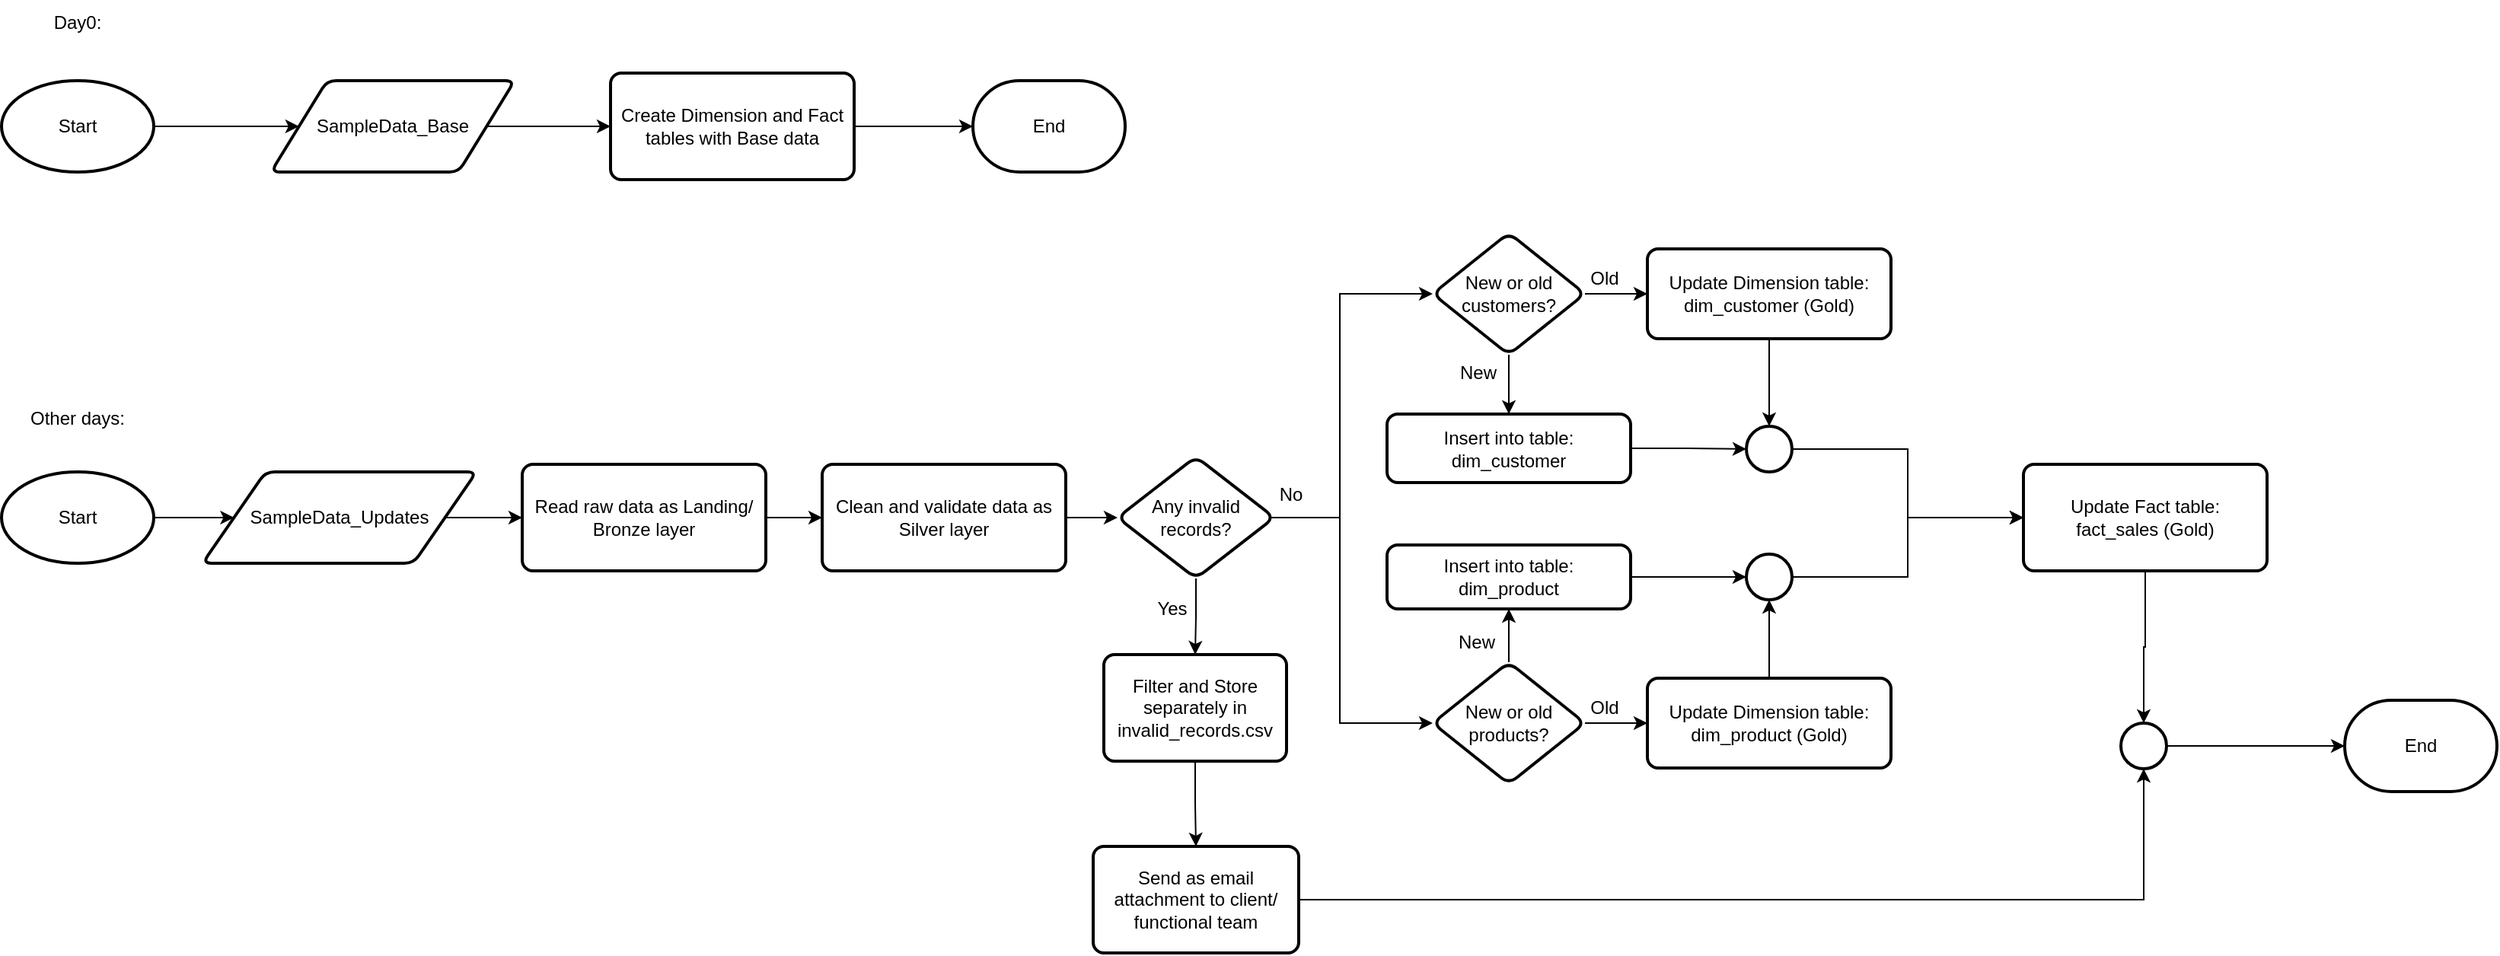
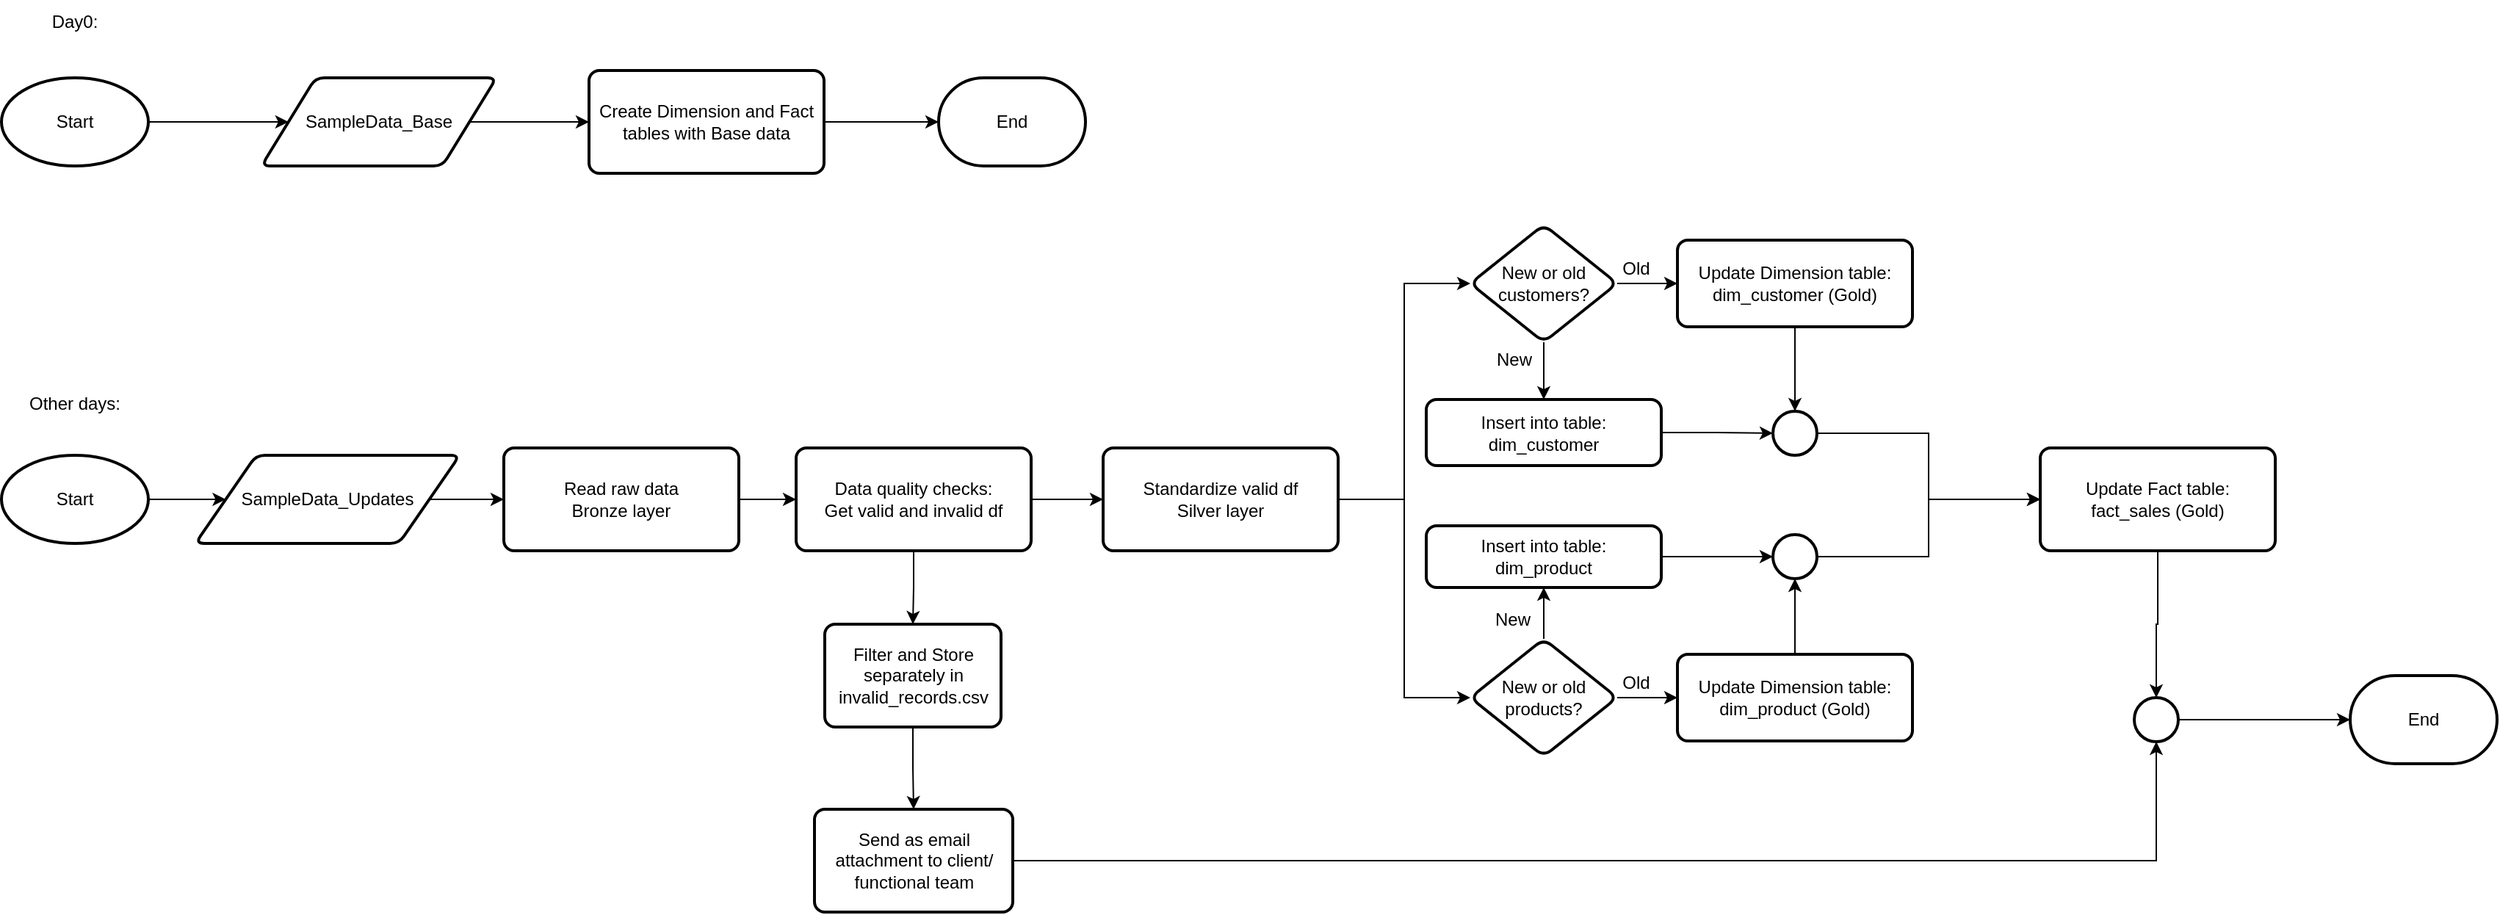
<mxfile host="app.diagrams.net">
  <diagram name="Page-1" id="XyXMNknhBli-ucCEll17">
-     <mxGraphModel dx="2767" dy="1002" grid="1" gridSize="10" guides="1" tooltips="1" connect="1" arrows="1" fold="1" page="1" pageScale="1" pageWidth="850" pageHeight="1100" math="0" shadow="0">
+     <mxGraphModel dx="1915" dy="694" grid="1" gridSize="10" guides="1" tooltips="1" connect="1" arrows="1" fold="1" page="1" pageScale="1" pageWidth="850" pageHeight="1100" math="0" shadow="0">
      <root>
        <mxCell id="0" />
        <mxCell id="1" parent="0" />
        <mxCell id="djINmQvKlsEstA_FXRGu-1" edge="1" parent="1" source="djINmQvKlsEstA_FXRGu-2" style="edgeStyle=orthogonalEdgeStyle;rounded=0;orthogonalLoop=1;jettySize=auto;html=1;entryX=0;entryY=0.5;entryDx=0;entryDy=0;" target="djINmQvKlsEstA_FXRGu-4">
          <mxGeometry relative="1" as="geometry" />
        </mxCell>
        <mxCell id="djINmQvKlsEstA_FXRGu-2" parent="1" style="strokeWidth=2;html=1;shape=mxgraph.flowchart.start_1;whiteSpace=wrap;" value="Start" vertex="1">
          <mxGeometry height="60" width="100" x="40" y="83" as="geometry" />
        </mxCell>
        <mxCell id="djINmQvKlsEstA_FXRGu-3" edge="1" parent="1" source="djINmQvKlsEstA_FXRGu-4" style="edgeStyle=orthogonalEdgeStyle;rounded=0;orthogonalLoop=1;jettySize=auto;html=1;entryX=0;entryY=0.5;entryDx=0;entryDy=0;" target="djINmQvKlsEstA_FXRGu-5">
          <mxGeometry relative="1" as="geometry" />
        </mxCell>
        <mxCell id="djINmQvKlsEstA_FXRGu-4" parent="1" style="shape=parallelogram;html=1;strokeWidth=2;perimeter=parallelogramPerimeter;whiteSpace=wrap;rounded=1;arcSize=12;size=0.23;" value="SampleData_Base" vertex="1">
          <mxGeometry height="60" width="160" x="217" y="83" as="geometry" />
        </mxCell>
        <mxCell id="djINmQvKlsEstA_FXRGu-5" parent="1" style="rounded=1;whiteSpace=wrap;html=1;absoluteArcSize=1;arcSize=14;strokeWidth=2;" value="Create Dimension and Fact tables with Base data" vertex="1">
          <mxGeometry height="70" width="160" x="440" y="78" as="geometry" />
        </mxCell>
        <mxCell id="djINmQvKlsEstA_FXRGu-6" edge="1" parent="1" source="djINmQvKlsEstA_FXRGu-7" style="edgeStyle=orthogonalEdgeStyle;rounded=0;orthogonalLoop=1;jettySize=auto;html=1;entryX=0;entryY=0.5;entryDx=0;entryDy=0;" target="djINmQvKlsEstA_FXRGu-9">
          <mxGeometry relative="1" as="geometry" />
        </mxCell>
        <mxCell id="djINmQvKlsEstA_FXRGu-7" parent="1" style="strokeWidth=2;html=1;shape=mxgraph.flowchart.start_1;whiteSpace=wrap;" value="Start" vertex="1">
          <mxGeometry height="60" width="100" x="40" y="340" as="geometry" />
        </mxCell>
        <mxCell id="djINmQvKlsEstA_FXRGu-8" edge="1" parent="1" source="djINmQvKlsEstA_FXRGu-9" style="edgeStyle=orthogonalEdgeStyle;rounded=0;orthogonalLoop=1;jettySize=auto;html=1;exitX=1;exitY=0.5;exitDx=0;exitDy=0;entryX=0;entryY=0.5;entryDx=0;entryDy=0;" target="djINmQvKlsEstA_FXRGu-54">
          <mxGeometry relative="1" as="geometry" />
        </mxCell>
        <mxCell id="djINmQvKlsEstA_FXRGu-9" parent="1" style="shape=parallelogram;html=1;strokeWidth=2;perimeter=parallelogramPerimeter;whiteSpace=wrap;rounded=1;arcSize=12;size=0.23;" value="SampleData_Updates" vertex="1">
          <mxGeometry height="60" width="180" x="172" y="340" as="geometry" />
        </mxCell>
        <mxCell id="djINmQvKlsEstA_FXRGu-10" edge="1" parent="1" source="djINmQvKlsEstA_FXRGu-11" style="edgeStyle=orthogonalEdgeStyle;rounded=0;orthogonalLoop=1;jettySize=auto;html=1;entryX=0.5;entryY=0;entryDx=0;entryDy=0;" target="djINmQvKlsEstA_FXRGu-43">
          <mxGeometry relative="1" as="geometry" />
        </mxCell>
        <mxCell id="djINmQvKlsEstA_FXRGu-11" parent="1" style="rounded=1;whiteSpace=wrap;html=1;absoluteArcSize=1;arcSize=14;strokeWidth=2;" value="Update Dimension table:&lt;div&gt;dim_customer (Gold)&lt;/div&gt;" vertex="1">
-           <mxGeometry height="59" width="160" x="1121" y="193.5" as="geometry" />
+           <mxGeometry height="59" width="160" x="1181" y="193.5" as="geometry" />
        </mxCell>
        <mxCell id="djINmQvKlsEstA_FXRGu-12" edge="1" parent="1" source="djINmQvKlsEstA_FXRGu-13" style="edgeStyle=orthogonalEdgeStyle;rounded=0;orthogonalLoop=1;jettySize=auto;html=1;" target="djINmQvKlsEstA_FXRGu-51" value="">
          <mxGeometry relative="1" as="geometry" />
        </mxCell>
        <mxCell id="djINmQvKlsEstA_FXRGu-13" parent="1" style="rounded=1;whiteSpace=wrap;html=1;absoluteArcSize=1;arcSize=14;strokeWidth=2;" value="Update Fact table:&lt;br&gt;fact_sales (Gold)" vertex="1">
-           <mxGeometry height="70" width="160" x="1368" y="335" as="geometry" />
+           <mxGeometry height="70" width="160" x="1428" y="335" as="geometry" />
        </mxCell>
        <mxCell id="djINmQvKlsEstA_FXRGu-14" edge="1" parent="1" source="djINmQvKlsEstA_FXRGu-15" style="edgeStyle=orthogonalEdgeStyle;rounded=0;orthogonalLoop=1;jettySize=auto;html=1;" target="djINmQvKlsEstA_FXRGu-45" value="">
          <mxGeometry relative="1" as="geometry" />
        </mxCell>
        <mxCell id="djINmQvKlsEstA_FXRGu-15" parent="1" style="rounded=1;whiteSpace=wrap;html=1;absoluteArcSize=1;arcSize=14;strokeWidth=2;" value="Insert into&amp;nbsp;table:&lt;div&gt;dim_product&lt;/div&gt;" vertex="1">
-           <mxGeometry height="42" width="160" x="950" y="388" as="geometry" />
+           <mxGeometry height="42" width="160" x="1010" y="388" as="geometry" />
        </mxCell>
-         <mxCell id="djINmQvKlsEstA_FXRGu-16" edge="1" parent="1" source="djINmQvKlsEstA_FXRGu-17" style="edgeStyle=orthogonalEdgeStyle;rounded=0;orthogonalLoop=1;jettySize=auto;html=1;" target="djINmQvKlsEstA_FXRGu-21" value="">
+         <mxCell id="uDq6TOMzTRAROzDK8b4S-3" edge="1" parent="1" source="djINmQvKlsEstA_FXRGu-17" style="edgeStyle=orthogonalEdgeStyle;rounded=0;orthogonalLoop=1;jettySize=auto;html=1;entryX=0;entryY=0.5;entryDx=0;entryDy=0;" target="djINmQvKlsEstA_FXRGu-37">
          <mxGeometry relative="1" as="geometry" />
        </mxCell>
-         <mxCell id="djINmQvKlsEstA_FXRGu-17" parent="1" style="rounded=1;whiteSpace=wrap;html=1;absoluteArcSize=1;arcSize=14;strokeWidth=2;" value="Clean and validate data as Silver layer" vertex="1">
-           <mxGeometry height="70" width="160" x="579" y="335" as="geometry" />
-         </mxCell>
-         <mxCell id="djINmQvKlsEstA_FXRGu-18" edge="1" parent="1" source="djINmQvKlsEstA_FXRGu-21" style="edgeStyle=orthogonalEdgeStyle;rounded=0;orthogonalLoop=1;jettySize=auto;html=1;" target="djINmQvKlsEstA_FXRGu-23" value="">
+         <mxCell id="uDq6TOMzTRAROzDK8b4S-4" edge="1" parent="1" source="djINmQvKlsEstA_FXRGu-17" style="edgeStyle=orthogonalEdgeStyle;rounded=0;orthogonalLoop=1;jettySize=auto;html=1;entryX=0;entryY=0.5;entryDx=0;entryDy=0;" target="djINmQvKlsEstA_FXRGu-34">
          <mxGeometry relative="1" as="geometry" />
        </mxCell>
-         <mxCell id="djINmQvKlsEstA_FXRGu-19" edge="1" parent="1" style="edgeStyle=orthogonalEdgeStyle;rounded=0;orthogonalLoop=1;jettySize=auto;html=1;" target="djINmQvKlsEstA_FXRGu-34" value="">
+         <mxCell id="djINmQvKlsEstA_FXRGu-17" parent="1" style="rounded=1;whiteSpace=wrap;html=1;absoluteArcSize=1;arcSize=14;strokeWidth=2;" value="Standardize valid df&lt;div&gt;Silver layer&lt;/div&gt;" vertex="1">
+           <mxGeometry height="70" width="160" x="790" y="335" as="geometry" />
+         </mxCell>
+         <mxCell id="djINmQvKlsEstA_FXRGu-18" edge="1" parent="1" source="uDq6TOMzTRAROzDK8b4S-5" style="edgeStyle=orthogonalEdgeStyle;rounded=0;orthogonalLoop=1;jettySize=auto;html=1;exitX=0.5;exitY=1;exitDx=0;exitDy=0;" target="djINmQvKlsEstA_FXRGu-23" value="">
          <mxGeometry relative="1" as="geometry">
-             <Array as="points">
-               <mxPoint x="919" y="370" />
-               <mxPoint x="919" y="505" />
-             </Array>
-             <mxPoint x="870" y="370" as="sourcePoint" />
+             <mxPoint x="661" y="405" as="sourcePoint" />
          </mxGeometry>
-         </mxCell>
-         <mxCell id="djINmQvKlsEstA_FXRGu-20" edge="1" parent="1" style="edgeStyle=orthogonalEdgeStyle;rounded=0;orthogonalLoop=1;jettySize=auto;html=1;" target="djINmQvKlsEstA_FXRGu-37">
-           <mxGeometry relative="1" as="geometry">
-             <Array as="points">
-               <mxPoint x="919" y="370" />
-               <mxPoint x="919" y="223" />
-             </Array>
-             <mxPoint x="870" y="370" as="sourcePoint" />
-           </mxGeometry>
-         </mxCell>
-         <mxCell id="djINmQvKlsEstA_FXRGu-21" parent="1" style="rhombus;whiteSpace=wrap;html=1;rounded=1;absoluteArcSize=1;arcSize=14;strokeWidth=2;" value="Any invalid records?" vertex="1">
-           <mxGeometry height="80" width="103" x="773" y="330" as="geometry" />
        </mxCell>
        <mxCell id="djINmQvKlsEstA_FXRGu-22" edge="1" parent="1" source="djINmQvKlsEstA_FXRGu-23" style="edgeStyle=orthogonalEdgeStyle;rounded=0;orthogonalLoop=1;jettySize=auto;html=1;" target="djINmQvKlsEstA_FXRGu-50" value="">
          <mxGeometry relative="1" as="geometry" />
        </mxCell>
        <mxCell id="djINmQvKlsEstA_FXRGu-23" parent="1" style="whiteSpace=wrap;html=1;rounded=1;absoluteArcSize=1;arcSize=14;strokeWidth=2;" value="Filter and Store separately in invalid_records.csv" vertex="1">
-           <mxGeometry height="70" width="120" x="764" y="460" as="geometry" />
-         </mxCell>
-         <mxCell id="djINmQvKlsEstA_FXRGu-24" parent="1" style="text;html=1;whiteSpace=wrap;strokeColor=none;fillColor=none;align=center;verticalAlign=middle;rounded=0;" value="No" vertex="1">
-           <mxGeometry height="30" width="60" x="857" y="340" as="geometry" />
-         </mxCell>
-         <mxCell id="djINmQvKlsEstA_FXRGu-25" parent="1" style="text;html=1;whiteSpace=wrap;strokeColor=none;fillColor=none;align=center;verticalAlign=middle;rounded=0;" value="Yes" vertex="1">
-           <mxGeometry height="30" width="60" x="779" y="415" as="geometry" />
+           <mxGeometry height="70" width="120" x="600.5" y="455" as="geometry" />
        </mxCell>
        <mxCell id="djINmQvKlsEstA_FXRGu-26" parent="1" style="text;html=1;whiteSpace=wrap;strokeColor=none;fillColor=none;align=center;verticalAlign=middle;rounded=0;" value="Day0:" vertex="1">
          <mxGeometry height="30" width="60" x="60" y="30" as="geometry" />
        </mxCell>
        <mxCell id="djINmQvKlsEstA_FXRGu-27" parent="1" style="text;html=1;whiteSpace=wrap;strokeColor=none;fillColor=none;align=center;verticalAlign=middle;rounded=0;" value="Other days:" vertex="1">
          <mxGeometry height="30" width="70" x="55" y="290" as="geometry" />
        </mxCell>
        <mxCell id="djINmQvKlsEstA_FXRGu-28" edge="1" parent="1" source="djINmQvKlsEstA_FXRGu-29" style="edgeStyle=orthogonalEdgeStyle;rounded=0;orthogonalLoop=1;jettySize=auto;html=1;" target="djINmQvKlsEstA_FXRGu-43" value="">
          <mxGeometry relative="1" as="geometry" />
        </mxCell>
        <mxCell id="djINmQvKlsEstA_FXRGu-29" parent="1" style="rounded=1;whiteSpace=wrap;html=1;absoluteArcSize=1;arcSize=14;strokeWidth=2;" value="Insert into table:&lt;div&gt;dim_customer&lt;/div&gt;" vertex="1">
-           <mxGeometry height="45" width="160" x="950" y="302" as="geometry" />
+           <mxGeometry height="45" width="160" x="1010" y="302" as="geometry" />
        </mxCell>
        <mxCell id="djINmQvKlsEstA_FXRGu-30" edge="1" parent="1" source="djINmQvKlsEstA_FXRGu-31" style="edgeStyle=orthogonalEdgeStyle;rounded=0;orthogonalLoop=1;jettySize=auto;html=1;exitX=0.5;exitY=0;exitDx=0;exitDy=0;entryX=0.5;entryY=1;entryDx=0;entryDy=0;" target="djINmQvKlsEstA_FXRGu-45">
          <mxGeometry relative="1" as="geometry" />
        </mxCell>
        <mxCell id="djINmQvKlsEstA_FXRGu-31" parent="1" style="rounded=1;whiteSpace=wrap;html=1;absoluteArcSize=1;arcSize=14;strokeWidth=2;" value="Update Dimension table:&lt;div&gt;dim_product&lt;span style=&quot;background-color: transparent; color: light-dark(rgb(0, 0, 0), rgb(255, 255, 255));&quot;&gt; &lt;/span&gt;&lt;span style=&quot;background-color: transparent; color: light-dark(rgb(0, 0, 0), rgb(255, 255, 255));&quot;&gt;(Gold)&lt;/span&gt;&lt;/div&gt;" vertex="1">
-           <mxGeometry height="59" width="160" x="1121" y="475.5" as="geometry" />
+           <mxGeometry height="59" width="160" x="1181" y="475.5" as="geometry" />
        </mxCell>
        <mxCell id="djINmQvKlsEstA_FXRGu-32" edge="1" parent="1" source="djINmQvKlsEstA_FXRGu-34" style="edgeStyle=orthogonalEdgeStyle;rounded=0;orthogonalLoop=1;jettySize=auto;html=1;exitX=1;exitY=0.5;exitDx=0;exitDy=0;entryX=0;entryY=0.5;entryDx=0;entryDy=0;" target="djINmQvKlsEstA_FXRGu-31">
          <mxGeometry relative="1" as="geometry" />
        </mxCell>
        <mxCell id="djINmQvKlsEstA_FXRGu-33" edge="1" parent="1" source="djINmQvKlsEstA_FXRGu-34" style="edgeStyle=orthogonalEdgeStyle;rounded=0;orthogonalLoop=1;jettySize=auto;html=1;exitX=0.5;exitY=0;exitDx=0;exitDy=0;entryX=0.5;entryY=1;entryDx=0;entryDy=0;" target="djINmQvKlsEstA_FXRGu-15">
          <mxGeometry relative="1" as="geometry" />
        </mxCell>
        <mxCell id="djINmQvKlsEstA_FXRGu-34" parent="1" style="rhombus;whiteSpace=wrap;html=1;rounded=1;absoluteArcSize=1;arcSize=14;strokeWidth=2;" value="New or old products?" vertex="1">
-           <mxGeometry height="80" width="100" x="980" y="465" as="geometry" />
+           <mxGeometry height="80" width="100" x="1040" y="465" as="geometry" />
        </mxCell>
        <mxCell id="djINmQvKlsEstA_FXRGu-35" edge="1" parent="1" source="djINmQvKlsEstA_FXRGu-37" style="edgeStyle=orthogonalEdgeStyle;rounded=0;orthogonalLoop=1;jettySize=auto;html=1;exitX=1;exitY=0.5;exitDx=0;exitDy=0;entryX=0;entryY=0.5;entryDx=0;entryDy=0;" target="djINmQvKlsEstA_FXRGu-11">
          <mxGeometry relative="1" as="geometry" />
        </mxCell>
        <mxCell id="djINmQvKlsEstA_FXRGu-36" edge="1" parent="1" source="djINmQvKlsEstA_FXRGu-37" style="edgeStyle=orthogonalEdgeStyle;rounded=0;orthogonalLoop=1;jettySize=auto;html=1;exitX=0.5;exitY=1;exitDx=0;exitDy=0;entryX=0.5;entryY=0;entryDx=0;entryDy=0;" target="djINmQvKlsEstA_FXRGu-29">
          <mxGeometry relative="1" as="geometry" />
        </mxCell>
        <mxCell id="djINmQvKlsEstA_FXRGu-37" parent="1" style="rhombus;whiteSpace=wrap;html=1;rounded=1;absoluteArcSize=1;arcSize=14;strokeWidth=2;" value="New or old customers?" vertex="1">
-           <mxGeometry height="80" width="100" x="980" y="183" as="geometry" />
+           <mxGeometry height="80" width="100" x="1040" y="183" as="geometry" />
        </mxCell>
        <mxCell id="djINmQvKlsEstA_FXRGu-38" parent="1" style="text;html=1;whiteSpace=wrap;strokeColor=none;fillColor=none;align=center;verticalAlign=middle;rounded=0;" value="New" vertex="1">
-           <mxGeometry height="30" width="60" x="980" y="260" as="geometry" />
+           <mxGeometry height="30" width="60" x="1040" y="260" as="geometry" />
        </mxCell>
        <mxCell id="djINmQvKlsEstA_FXRGu-39" parent="1" style="text;html=1;whiteSpace=wrap;strokeColor=none;fillColor=none;align=center;verticalAlign=middle;rounded=0;" value="New" vertex="1">
-           <mxGeometry height="30" width="60" x="979" y="437" as="geometry" />
+           <mxGeometry height="30" width="60" x="1039" y="437" as="geometry" />
        </mxCell>
        <mxCell id="djINmQvKlsEstA_FXRGu-40" parent="1" style="text;html=1;whiteSpace=wrap;strokeColor=none;fillColor=none;align=center;verticalAlign=middle;rounded=0;" value="Old" vertex="1">
-           <mxGeometry height="30" width="60" x="1063" y="198" as="geometry" />
+           <mxGeometry height="30" width="60" x="1123" y="198" as="geometry" />
        </mxCell>
        <mxCell id="djINmQvKlsEstA_FXRGu-41" parent="1" style="text;html=1;whiteSpace=wrap;strokeColor=none;fillColor=none;align=center;verticalAlign=middle;rounded=0;" value="Old" vertex="1">
-           <mxGeometry height="30" width="60" x="1063" y="480" as="geometry" />
+           <mxGeometry height="30" width="60" x="1123" y="480" as="geometry" />
        </mxCell>
        <mxCell id="djINmQvKlsEstA_FXRGu-42" edge="1" parent="1" source="djINmQvKlsEstA_FXRGu-43" style="edgeStyle=orthogonalEdgeStyle;rounded=0;orthogonalLoop=1;jettySize=auto;html=1;entryX=0;entryY=0.5;entryDx=0;entryDy=0;" target="djINmQvKlsEstA_FXRGu-13">
          <mxGeometry relative="1" as="geometry" />
        </mxCell>
        <mxCell id="djINmQvKlsEstA_FXRGu-43" parent="1" style="ellipse;whiteSpace=wrap;html=1;rounded=1;absoluteArcSize=1;arcSize=14;strokeWidth=2;" value="" vertex="1">
-           <mxGeometry height="30" width="30" x="1186" y="310" as="geometry" />
+           <mxGeometry height="30" width="30" x="1246" y="310" as="geometry" />
        </mxCell>
        <mxCell id="djINmQvKlsEstA_FXRGu-44" edge="1" parent="1" source="djINmQvKlsEstA_FXRGu-45" style="edgeStyle=orthogonalEdgeStyle;rounded=0;orthogonalLoop=1;jettySize=auto;html=1;exitX=1;exitY=0.5;exitDx=0;exitDy=0;" target="djINmQvKlsEstA_FXRGu-13">
          <mxGeometry relative="1" as="geometry" />
        </mxCell>
        <mxCell id="djINmQvKlsEstA_FXRGu-45" parent="1" style="ellipse;whiteSpace=wrap;html=1;rounded=1;absoluteArcSize=1;arcSize=14;strokeWidth=2;" value="" vertex="1">
-           <mxGeometry height="30" width="30" x="1186" y="394" as="geometry" />
+           <mxGeometry height="30" width="30" x="1246" y="394" as="geometry" />
        </mxCell>
        <mxCell id="djINmQvKlsEstA_FXRGu-46" parent="1" style="strokeWidth=2;html=1;shape=mxgraph.flowchart.terminator;whiteSpace=wrap;" value="End" vertex="1">
-           <mxGeometry height="60" width="100" x="1579" y="490" as="geometry" />
+           <mxGeometry height="60" width="100" x="1639" y="490" as="geometry" />
        </mxCell>
        <mxCell id="djINmQvKlsEstA_FXRGu-47" parent="1" style="strokeWidth=2;html=1;shape=mxgraph.flowchart.terminator;whiteSpace=wrap;" value="End" vertex="1">
          <mxGeometry height="60" width="100" x="678" y="83" as="geometry" />
        </mxCell>
        <mxCell id="djINmQvKlsEstA_FXRGu-48" edge="1" parent="1" source="djINmQvKlsEstA_FXRGu-5" style="edgeStyle=orthogonalEdgeStyle;rounded=0;orthogonalLoop=1;jettySize=auto;html=1;exitX=1;exitY=0.5;exitDx=0;exitDy=0;entryX=0;entryY=0.5;entryDx=0;entryDy=0;entryPerimeter=0;" target="djINmQvKlsEstA_FXRGu-47">
          <mxGeometry relative="1" as="geometry" />
        </mxCell>
        <mxCell id="djINmQvKlsEstA_FXRGu-49" edge="1" parent="1" source="djINmQvKlsEstA_FXRGu-50" style="edgeStyle=orthogonalEdgeStyle;rounded=0;orthogonalLoop=1;jettySize=auto;html=1;exitX=1;exitY=0.5;exitDx=0;exitDy=0;entryX=0.5;entryY=1;entryDx=0;entryDy=0;" target="djINmQvKlsEstA_FXRGu-51">
          <mxGeometry relative="1" as="geometry" />
        </mxCell>
        <mxCell id="djINmQvKlsEstA_FXRGu-50" parent="1" style="whiteSpace=wrap;html=1;rounded=1;absoluteArcSize=1;arcSize=14;strokeWidth=2;" value="Send as email attachment to client/ functional team" vertex="1">
-           <mxGeometry height="70" width="135" x="757" y="586" as="geometry" />
+           <mxGeometry height="70" width="135" x="593.5" y="581" as="geometry" />
        </mxCell>
        <mxCell id="djINmQvKlsEstA_FXRGu-51" parent="1" style="ellipse;whiteSpace=wrap;html=1;rounded=1;absoluteArcSize=1;arcSize=14;strokeWidth=2;" value="" vertex="1">
-           <mxGeometry height="30" width="30" x="1432" y="505" as="geometry" />
+           <mxGeometry height="30" width="30" x="1492" y="505" as="geometry" />
        </mxCell>
        <mxCell id="djINmQvKlsEstA_FXRGu-52" edge="1" parent="1" source="djINmQvKlsEstA_FXRGu-51" style="edgeStyle=orthogonalEdgeStyle;rounded=0;orthogonalLoop=1;jettySize=auto;html=1;entryX=0;entryY=0.5;entryDx=0;entryDy=0;entryPerimeter=0;" target="djINmQvKlsEstA_FXRGu-46">
          <mxGeometry relative="1" as="geometry" />
        </mxCell>
-         <mxCell id="djINmQvKlsEstA_FXRGu-53" edge="1" parent="1" source="djINmQvKlsEstA_FXRGu-54" style="edgeStyle=orthogonalEdgeStyle;rounded=0;orthogonalLoop=1;jettySize=auto;html=1;exitX=1;exitY=0.5;exitDx=0;exitDy=0;entryX=0;entryY=0.5;entryDx=0;entryDy=0;" target="djINmQvKlsEstA_FXRGu-17">
+         <mxCell id="uDq6TOMzTRAROzDK8b4S-7" edge="1" parent="1" source="djINmQvKlsEstA_FXRGu-54" style="edgeStyle=orthogonalEdgeStyle;rounded=0;orthogonalLoop=1;jettySize=auto;html=1;exitX=1;exitY=0.5;exitDx=0;exitDy=0;entryX=0;entryY=0.5;entryDx=0;entryDy=0;" target="uDq6TOMzTRAROzDK8b4S-5">
          <mxGeometry relative="1" as="geometry" />
        </mxCell>
-         <mxCell id="djINmQvKlsEstA_FXRGu-54" parent="1" style="rounded=1;whiteSpace=wrap;html=1;absoluteArcSize=1;arcSize=14;strokeWidth=2;" value="Read raw data as Landing/ Bronze layer" vertex="1">
+         <mxCell id="djINmQvKlsEstA_FXRGu-54" parent="1" style="rounded=1;whiteSpace=wrap;html=1;absoluteArcSize=1;arcSize=14;strokeWidth=2;" value="Read raw data&lt;div&gt;Bronze layer&lt;/div&gt;" vertex="1">
          <mxGeometry height="70" width="160" x="382" y="335" as="geometry" />
+         </mxCell>
+         <mxCell id="uDq6TOMzTRAROzDK8b4S-5" parent="1" style="rounded=1;whiteSpace=wrap;html=1;absoluteArcSize=1;arcSize=14;strokeWidth=2;" value="Data quality checks:&lt;div&gt;Get valid and invalid df&lt;/div&gt;" vertex="1">
+           <mxGeometry height="70" width="160" x="581" y="335" as="geometry" />
+         </mxCell>
+         <mxCell id="uDq6TOMzTRAROzDK8b4S-8" edge="1" parent="1" source="uDq6TOMzTRAROzDK8b4S-5" style="edgeStyle=orthogonalEdgeStyle;rounded=0;orthogonalLoop=1;jettySize=auto;html=1;entryX=0;entryY=0.5;entryDx=0;entryDy=0;" target="djINmQvKlsEstA_FXRGu-17">
+           <mxGeometry relative="1" as="geometry">
+             <mxPoint x="788.356" y="370.72" as="targetPoint" />
+           </mxGeometry>
        </mxCell>
      </root>
    </mxGraphModel>
  </diagram>
</mxfile>
